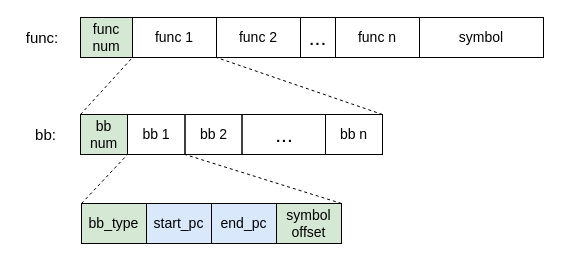
The draw.io diagram cfg 二进制布局设计.drawio in liyp1120/draw.io, before the edit. Source tidied: cells renumbered, new cells numbered last; positions are measured from the earlier drawing's top-left corner, leaving out a move shared by most shapes. Both pictures are drawn from the tidied source at 100%, with x=0, y=0 at pixel (17, 17).
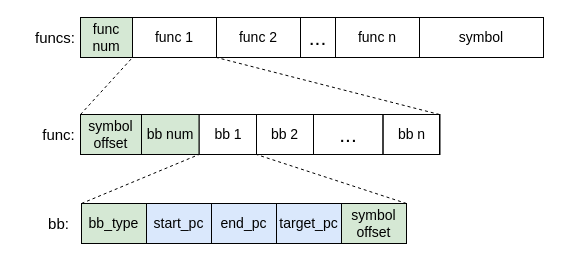
After the change.

Commit message:
更新cfg 二进制布局设计.drawio

What changed in the source:
```diff
@@
-    <mxCell id="4" value="&lt;font style=&quot;font-size: 15px;&quot;&gt;func:&lt;/font&gt;" style="rounded=0;whiteSpace=wrap;html=1;fillColor=none;strokeColor=none;" parent="1" vertex="1">
-      <mxGeometry width="50" height="40" as="geometry" />
+    <mxCell id="4" value="&lt;font style=&quot;font-size: 15px;&quot;&gt;funcs:&lt;/font&gt;" style="rounded=0;whiteSpace=wrap;html=1;fillColor=none;strokeColor=none;" parent="1" vertex="1">
+      <mxGeometry x="13" width="50" height="40" as="geometry" />
     </mxCell>
@@
     <mxCell id="6" style="rounded=0;whiteSpace=wrap;html=1;fillColor=none;" parent="1" vertex="1">
-      <mxGeometry x="64" y="186" width="260" height="40" as="geometry" />
+      <mxGeometry x="64" y="186" width="325" height="40" as="geometry" />
     </mxCell>
     <mxCell id="7" style="rounded=0;whiteSpace=wrap;html=1;fillColor=none;" parent="1" vertex="1">
-      <mxGeometry x="63" y="97" width="302" height="40" as="geometry" />
+      <mxGeometry x="63" y="97" width="359" height="40" as="geometry" />
     </mxCell>
-    <mxCell id="8" value="&lt;font style=&quot;font-size: 14px;&quot;&gt;bb num&lt;/font&gt;" style="rounded=0;whiteSpace=wrap;html=1;fillColor=#d5e8d4;strokeColor=default;" parent="1" vertex="1">
-      <mxGeometry x="63" y="97" width="47" height="40" as="geometry" />
+    <mxCell id="8" value="&lt;span style=&quot;font-size: 14px;&quot;&gt;symbol&lt;br&gt;offset&lt;br&gt;&lt;/span&gt;" style="rounded=0;whiteSpace=wrap;html=1;fillColor=#d5e8d4;strokeColor=default;" parent="1" vertex="1">
+      <mxGeometry x="63" y="97" width="61" height="40" as="geometry" />
     </mxCell>
-    <mxCell id="9" value="&lt;font style=&quot;font-size: 15px;&quot;&gt;bb:&lt;/font&gt;" style="rounded=0;whiteSpace=wrap;html=1;fillColor=none;strokeColor=none;" parent="1" vertex="1">
-      <mxGeometry x="7" y="97" width="43" height="40" as="geometry" />
+    <mxCell id="9" value="&lt;font style=&quot;font-size: 15px;&quot;&gt;func:&lt;/font&gt;" style="rounded=0;whiteSpace=wrap;html=1;fillColor=none;strokeColor=none;" parent="1" vertex="1">
+      <mxGeometry x="20" y="97" width="43" height="40" as="geometry" />
     </mxCell>
     <mxCell id="10" value="&lt;font style=&quot;font-size: 14px;&quot;&gt;bb n&lt;/font&gt;" style="rounded=0;whiteSpace=wrap;html=1;fillColor=none;" parent="1" vertex="1">
-      <mxGeometry x="308" y="97" width="57" height="40" as="geometry" />
+      <mxGeometry x="365.5" y="97" width="57" height="40" as="geometry" />
     </mxCell>
     <mxCell id="11" value="&lt;font style=&quot;font-size: 14px;&quot;&gt;bb 2&lt;/font&gt;" style="rounded=0;whiteSpace=wrap;html=1;fillColor=none;" parent="1" vertex="1">
-      <mxGeometry x="167.5" y="97" width="57" height="40" as="geometry" />
+      <mxGeometry x="239" y="97" width="57" height="40" as="geometry" />
     </mxCell>
     <mxCell id="12" value="&lt;font style=&quot;font-size: 14px;&quot;&gt;bb 1&lt;/font&gt;" style="rounded=0;whiteSpace=wrap;html=1;fillColor=none;" parent="1" vertex="1">
-      <mxGeometry x="110" y="97" width="57.5" height="40" as="geometry" />
+      <mxGeometry x="181.5" y="97" width="57.5" height="40" as="geometry" />
     </mxCell>
     <mxCell id="13" value="&lt;font style=&quot;font-size: 21px;&quot;&gt;...&lt;/font&gt;" style="rounded=0;whiteSpace=wrap;html=1;fillColor=none;" parent="1" vertex="1">
-      <mxGeometry x="224.5" y="97" width="83.5" height="40" as="geometry" />
+      <mxGeometry x="296" y="97" width="69.5" height="40" as="geometry" />
     </mxCell>
@@
     <mxCell id="25" value="&lt;font style=&quot;font-size: 14px;&quot;&gt;symbol&lt;br&gt;offset&lt;br&gt;&lt;/font&gt;" style="rounded=0;whiteSpace=wrap;html=1;fillColor=#d5e8d4;strokeColor=default;" parent="1" vertex="1">
-      <mxGeometry x="259" y="186" width="65" height="40" as="geometry" />
+      <mxGeometry x="324" y="186" width="65" height="40" as="geometry" />
     </mxCell>
+    <mxCell id="26" value="&lt;font style=&quot;font-size: 14px;&quot;&gt;bb num&lt;/font&gt;" style="rounded=0;whiteSpace=wrap;html=1;fillColor=#d5e8d4;strokeColor=default;" parent="1" vertex="1">
+      <mxGeometry x="124" y="97" width="57.5" height="40" as="geometry" />
+    </mxCell>
+    <mxCell id="27" value="&lt;font style=&quot;font-size: 15px;&quot;&gt;bb:&lt;/font&gt;" style="rounded=0;whiteSpace=wrap;html=1;fillColor=none;strokeColor=none;" parent="1" vertex="1">
+      <mxGeometry x="20" y="186" width="43" height="40" as="geometry" />
+    </mxCell>
+    <mxCell id="28" value="&lt;font style=&quot;font-size: 14px;&quot;&gt;target_pc&lt;/font&gt;" style="rounded=0;whiteSpace=wrap;html=1;fillColor=#dae8fc;strokeColor=default;" parent="1" vertex="1">
+      <mxGeometry x="259" y="186" width="65" height="40" as="geometry" />
+    </mxCell>
```
